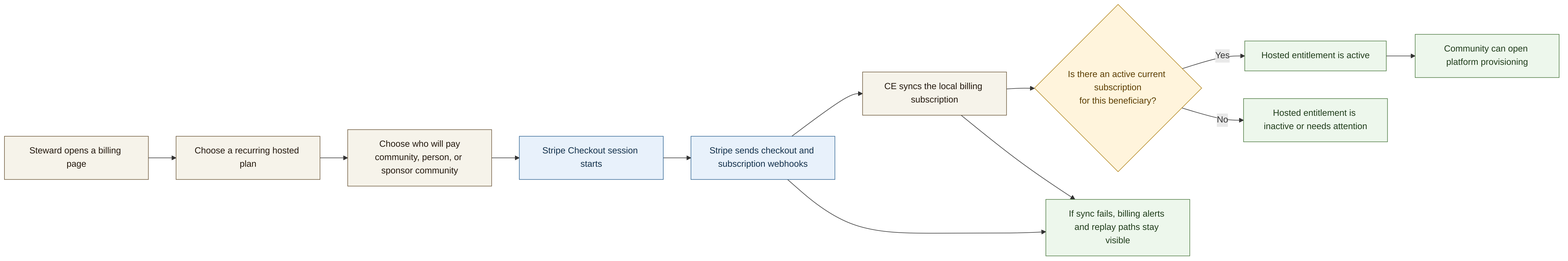
Before: docs/diagrams/exports/png/pr_1581_billing_checkout_and_entitlement_flow.png, a diagram exported from Mermaid (better-together-org/community-engine-rails). Its source is kept beside it as docs/diagrams/source/pr_1581_billing_checkout_and_entitlement_flow.mmd.
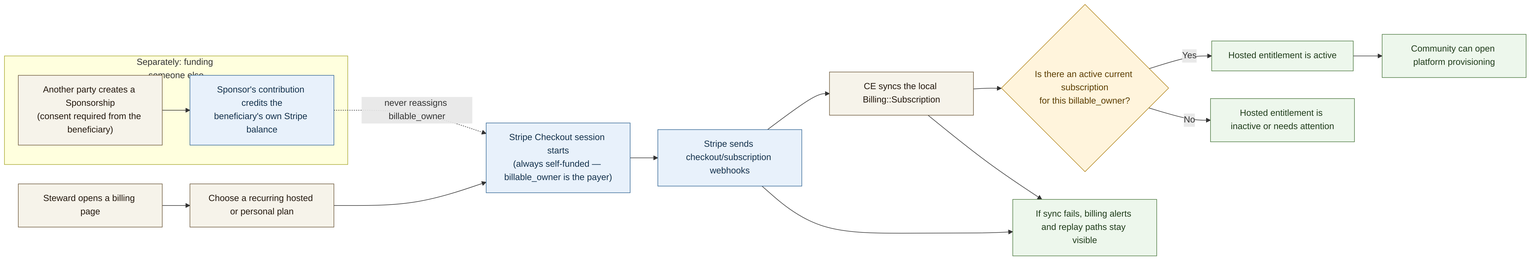
After the commit.

Commit message:
docs(diagrams): update 3 architecture diagrams for the sponsorship redesign

The edit, as a diff of the source:
```diff
@@ -5,19 +5,27 @@
   classDef outcome fill:#edf7ec,stroke:#4f7b43,color:#1f3c1a,stroke-width:1px;
 
   Start["Steward opens a billing page"]:::action
-  Choose["Choose a recurring hosted plan"]:::action
-  Payer["Choose who will pay<br/>community, person, or sponsor community"]:::action
-  Checkout["Stripe Checkout session starts"]:::system
-  Webhook["Stripe sends checkout and subscription webhooks"]:::system
-  Sync["CE syncs the local billing subscription"]:::action
-  Resolve{"Is there an active current subscription<br/>for this beneficiary?"}:::decision
+  Choose["Choose a recurring hosted or personal plan"]:::action
+  Checkout["Stripe Checkout session starts<br/>(always self-funded — billable_owner is the payer)"]:::system
+  Webhook["Stripe sends checkout/subscription webhooks"]:::system
+  Sync["CE syncs the local Billing::Subscription"]:::action
+  Resolve{"Is there an active current subscription<br/>for this billable_owner?"}:::decision
   Entitled["Hosted entitlement is active"]:::outcome
   NotEntitled["Hosted entitlement is inactive or needs attention"]:::outcome
   Provision["Community can open platform provisioning"]:::outcome
   Alerts["If sync fails, billing alerts and replay paths stay visible"]:::outcome
 
-  Start --> Choose --> Payer --> Checkout --> Webhook --> Sync --> Resolve
+  Start --> Choose --> Checkout --> Webhook --> Sync --> Resolve
   Resolve -->|Yes| Entitled --> Provision
   Resolve -->|No| NotEntitled
   Webhook --> Alerts
   Sync --> Alerts
+
+  subgraph SponsorFlow["Separately: funding someone else"]
+    direction LR
+    Sponsor["Another party creates a Sponsorship<br/>(consent required from the beneficiary)"]:::action
+    Contribute["Sponsor's contribution credits the<br/>beneficiary's own Stripe balance"]:::system
+    Sponsor --> Contribute
+  end
+
+  Contribute -.->|never reassigns billable_owner| Checkout
```
